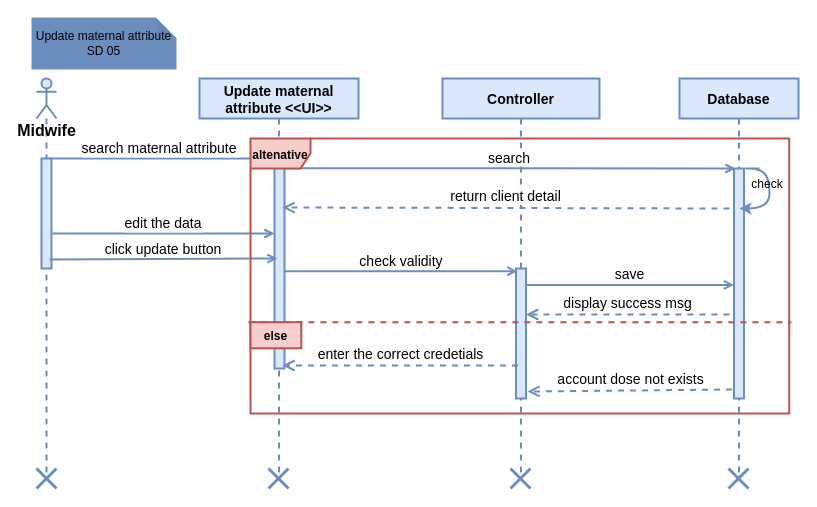
This is page "Update maternal attribute" (6 of 6) of Sequence Diagram.drawio from fasil712/UML_Diagram_Design, a draw.io file, before an edit. Source tidied: cells renumbered, new cells numbered last; positions are measured from the earlier drawing's top-left corner, leaving out a move shared by most shapes. Both pictures are drawn from the tidied source at 100%, with x=0, y=0 at pixel (32, 18).
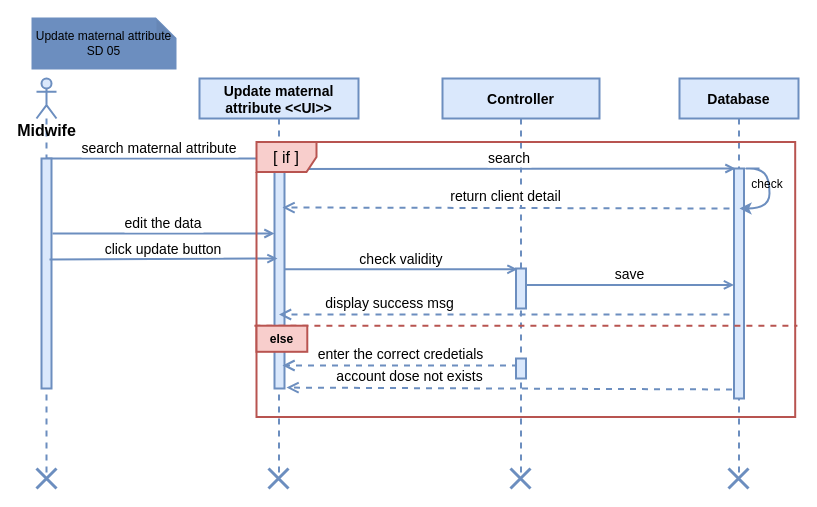
Above is the later version.

Unchanged cells that the change refers to:
```xml
<mxCell id="2" value="Update maternal&#10;attribute &lt;&lt;UI&gt;&gt;" style="shape=umlLifeline;perimeter=lifelinePerimeter;rounded=0;shadow=0;strokeWidth=2;fillColor=#dae8fc;strokeColor=#6c8ebf;fontSize=14;align=center;fontStyle=1;" parent="1" vertex="1">
  <mxGeometry x="167" y="60" width="159" height="400" as="geometry" />
</mxCell>
<mxCell id="4" value="Controller" style="shape=umlLifeline;perimeter=lifelinePerimeter;rounded=0;shadow=0;strokeWidth=2;fillColor=#dae8fc;strokeColor=#6c8ebf;fontSize=14;fontStyle=1;" parent="1" vertex="1">
  <mxGeometry x="410" y="60" width="157" height="400" as="geometry" />
</mxCell>
<mxCell id="8" value="&lt;b&gt;Midwife&lt;/b&gt;" style="shape=umlLifeline;participant=umlActor;perimeter=lifelinePerimeter;html=1;verticalAlign=top;spacingTop=36;outlineConnect=0;size=40;fillColor=#dae8fc;strokeColor=#6c8ebf;fontSize=16;strokeWidth=2;" parent="1" vertex="1">
  <mxGeometry x="4" y="60" width="20" height="400" as="geometry" />
</mxCell>
<mxCell id="10" value="&lt;font style=&quot;font-size: 14px;&quot;&gt;&lt;b&gt;Database&lt;/b&gt;&lt;/font&gt;" style="shape=umlLifeline;perimeter=lifelinePerimeter;whiteSpace=wrap;html=1;fillColor=#dae8fc;strokeColor=#6c8ebf;fontSize=16;strokeWidth=2;" parent="1" vertex="1">
  <mxGeometry x="647" y="60" width="119" height="400" as="geometry" />
</mxCell>
<mxCell id="25" style="group;" parent="24" vertex="1">
  <mxGeometry x="2.9" width="543" height="275" as="geometry" />
</mxCell>
```

Diff of the diagram source:
```diff
@@
     <mxCell id="3" style="html=1;points=[];perimeter=orthogonalPerimeter;fillColor=#dae8fc;strokeColor=#6c8ebf;fontSize=16;strokeWidth=2;" parent="2" vertex="1">
-      <mxGeometry x="75" y="80" width="10" height="210" as="geometry" />
+      <mxGeometry x="75" y="80" width="10" height="230" as="geometry" />
     </mxCell>
@@
     <mxCell id="5" style="points=[];perimeter=orthogonalPerimeter;rounded=0;shadow=0;strokeWidth=2;fillColor=#dae8fc;strokeColor=#6c8ebf;fontSize=16;" parent="4" vertex="1">
-      <mxGeometry x="73.5" y="190" width="10" height="130" as="geometry" />
+      <mxGeometry x="73.5" y="190" width="10" height="40" as="geometry" />
     </mxCell>
@@
     <mxCell id="9" style="html=1;perimeter=orthogonalPerimeter;fillColor=#dae8fc;strokeColor=#6c8ebf;fontSize=16;strokeWidth=2;" parent="8" vertex="1">
-      <mxGeometry x="5" y="80" width="10" height="110" as="geometry" />
+      <mxGeometry x="5" y="80" width="10" height="230" as="geometry" />
     </mxCell>
@@
-    <mxCell id="11" value="account dose not exists" style="html=1;verticalAlign=bottom;endArrow=open;dashed=1;endSize=8;rounded=0;fontSize=14;fontColor=#000000;strokeColor=#6C8EBF;strokeWidth=2;exitX=-0.2;exitY=0.475;exitDx=0;exitDy=0;exitPerimeter=0;" parent="10" edge="1">
-      <mxGeometry relative="1" as="geometry">
+    <mxCell id="11" value="account dose not exists" style="html=1;verticalAlign=bottom;endArrow=open;dashed=1;endSize=8;rounded=0;fontSize=14;fontColor=#000000;strokeColor=#6C8EBF;strokeWidth=2;exitX=-0.2;exitY=0.475;exitDx=0;exitDy=0;exitPerimeter=0;entryX=1.2;entryY=0.996;entryDx=0;entryDy=0;entryPerimeter=0;" parent="10" edge="1" target="3">
+      <mxGeometry x="0.45" y="-1" relative="1" as="geometry">
         <mxPoint x="52.5" y="311" as="sourcePoint" />
-        <mxPoint x="-152" y="313" as="targetPoint" />
       </mxGeometry>
     </mxCell>
@@
-    <mxCell id="15" value="&lt;div&gt;&lt;font style=&quot;font-size: 14px;&quot;&gt;display success msg&lt;/font&gt;&lt;/div&gt;" style="html=1;verticalAlign=bottom;endArrow=open;dashed=1;endSize=8;rounded=0;fontSize=14;fontColor=#000000;strokeColor=#6C8EBF;strokeWidth=2;" parent="1" edge="1">
-      <mxGeometry relative="1" as="geometry">
+    <mxCell id="15" value="&lt;div&gt;&lt;font style=&quot;font-size: 14px;&quot;&gt;display success msg&lt;/font&gt;&lt;/div&gt;" style="html=1;verticalAlign=bottom;endArrow=open;dashed=1;endSize=8;rounded=0;fontSize=14;fontColor=#000000;strokeColor=#6C8EBF;strokeWidth=2;" parent="1" edge="1" target="2">
+      <mxGeometry x="0.51" relative="1" as="geometry">
         <mxPoint x="697" y="296" as="sourcePoint" />
-        <mxPoint x="493.5" y="296" as="targetPoint" />
       </mxGeometry>
     </mxCell>
@@
     <mxCell id="24" style="group;" parent="1" vertex="1">
-      <mxGeometry x="213" y="120" width="543" height="275" as="geometry" />
+      <mxGeometry x="219" y="123.5" width="543" height="275" as="geometry" />
     </mxCell>
@@
-    <mxCell id="26" value="&lt;b&gt;&lt;font style=&quot;font-size: 12px;&quot;&gt;altenative&lt;/font&gt;&lt;/b&gt;" style="shape=umlFrame;whiteSpace=wrap;html=1;fillColor=#f8cecc;strokeColor=#b85450;fontSize=16;strokeWidth=2;" parent="25" vertex="1">
+    <mxCell id="26" value="[ if ]" style="shape=umlFrame;whiteSpace=wrap;html=1;fillColor=#f8cecc;strokeColor=#b85450;fontSize=16;strokeWidth=2;" parent="25" vertex="1">
       <mxGeometry x="2.1" width="538.7" height="275" as="geometry" />
     </mxCell>
@@
+    <mxCell id="33" style="perimeter=orthogonalPerimeter;rounded=0;shadow=0;strokeWidth=2;fillColor=#dae8fc;strokeColor=#6c8ebf;fontSize=16;" parent="1" vertex="1">
+      <mxGeometry x="483.5" y="340" width="10" height="20" as="geometry" />
+    </mxCell>
```
